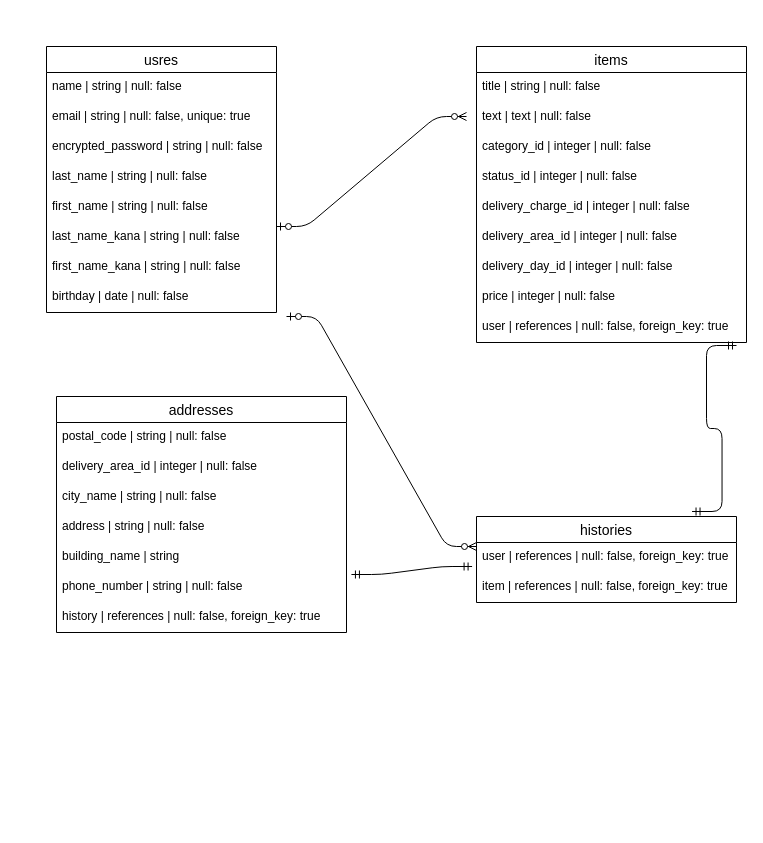
The draw.io diagram furima.dio in saya0714/furima-35800, before the edit. Source tidied: cells renumbered, new cells numbered last; positions are measured from the earlier drawing's top-left corner, leaving out a move shared by most shapes. Both pictures are drawn from the tidied source at 100%, with x=0, y=0 at pixel (46, 46).
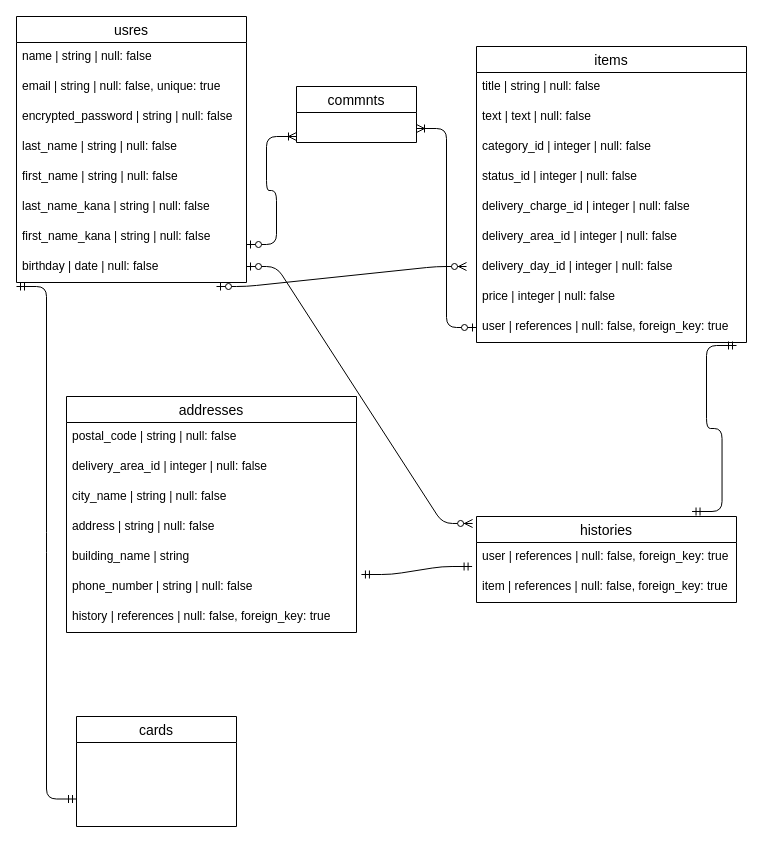
The same page after the edit.

The change refers to these unchanged cells:
```xml
<mxCell id="11" value="user                | references | null: false, foreign_key: true " style="text;strokeColor=none;fillColor=none;spacingLeft=4;spacingRight=4;overflow=hidden;points=[[0,0.5],[1,0.5]];portConstraint=eastwest;fontSize=12;" parent="2" vertex="1">
  <mxGeometry y="266" width="270" height="30" as="geometry" />
</mxCell>
<mxCell id="20" value="histories" style="swimlane;fontStyle=0;horizontal=1;startSize=26;align=center;fontSize=14;" parent="1" vertex="1">
  <mxGeometry x="430" y="470" width="260" height="86" as="geometry" />
</mxCell>
```

Change to the diagram source:
```diff
@@
     <mxCell id="12" value="addresses " style="swimlane;fontStyle=0;horizontal=1;startSize=26;align=center;fontSize=14;" parent="1" vertex="1">
-      <mxGeometry x="10" y="350" width="290" height="236" as="geometry" />
+      <mxGeometry x="20" y="350" width="290" height="236" as="geometry" />
     </mxCell>
@@
     <mxCell id="23" value="usres" style="swimlane;fontStyle=0;horizontal=1;startSize=26;align=center;fontSize=14;" parent="1" vertex="1">
-      <mxGeometry width="230" height="266" as="geometry" />
+      <mxGeometry x="-30" y="-30" width="230" height="266" as="geometry" />
     </mxCell>
@@
     <mxCell id="32" style="edgeStyle=entityRelationEdgeStyle;fontSize=12;html=1;endArrow=ERzeroToMany;startArrow=ERzeroToOne;" parent="1" edge="1">
       <mxGeometry relative="1" as="geometry">
-        <mxPoint x="230" y="180" as="sourcePoint" />
-        <mxPoint x="420" y="70" as="targetPoint" />
+        <mxPoint x="170" y="240" as="sourcePoint" />
+        <mxPoint x="420" y="220" as="targetPoint" />
       </mxGeometry>
     </mxCell>
-    <mxCell id="33" style="edgeStyle=entityRelationEdgeStyle;fontSize=12;html=1;endArrow=ERzeroToMany;startArrow=ERzeroToOne;" parent="1" edge="1">
+    <mxCell id="33" style="edgeStyle=entityRelationEdgeStyle;fontSize=12;html=1;endArrow=ERzeroToMany;startArrow=ERzeroToOne;entryX=-0.015;entryY=0.081;entryDx=0;entryDy=0;entryPerimeter=0;" parent="1" edge="1" target="20">
       <mxGeometry relative="1" as="geometry">
-        <mxPoint x="240" y="270" as="sourcePoint" />
-        <mxPoint x="430" y="500" as="targetPoint" />
+        <mxPoint x="200" y="220" as="sourcePoint" />
       </mxGeometry>
     </mxCell>
@@
+    <mxCell id="36" value="commnts" style="swimlane;fontStyle=0;horizontal=1;startSize=26;align=center;fontSize=14;" parent="1" vertex="1">
+      <mxGeometry x="250" y="40" width="120" height="56" as="geometry" />
+    </mxCell>
+    <mxCell id="37" style="edgeStyle=entityRelationEdgeStyle;fontSize=12;html=1;endArrow=ERoneToMany;startArrow=ERzeroToOne;" parent="1" edge="1">
+      <mxGeometry relative="1" as="geometry">
+        <mxPoint x="200" y="198" as="sourcePoint" />
+        <mxPoint x="250" y="90" as="targetPoint" />
+      </mxGeometry>
+    </mxCell>
+    <mxCell id="38" style="edgeStyle=entityRelationEdgeStyle;fontSize=12;html=1;endArrow=ERoneToMany;startArrow=ERzeroToOne;entryX=1;entryY=0.75;entryDx=0;entryDy=0;exitX=0;exitY=0.5;exitDx=0;exitDy=0;" parent="1" edge="1" source="11" target="36">
+      <mxGeometry relative="1" as="geometry" />
+    </mxCell>
+    <mxCell id="39" value="cards" style="swimlane;fontStyle=0;horizontal=1;startSize=26;align=center;fontSize=14;" parent="1" vertex="1">
+      <mxGeometry x="30" y="670" width="160" height="110" as="geometry" />
+    </mxCell>
+    <mxCell id="40" style="edgeStyle=entityRelationEdgeStyle;fontSize=12;html=1;endArrow=ERmandOne;startArrow=ERmandOne;entryX=0;entryY=0.75;entryDx=0;entryDy=0;" parent="1" edge="1" target="39">
+      <mxGeometry relative="1" as="geometry">
+        <mxPoint x="-30" y="240" as="sourcePoint" />
+      </mxGeometry>
+    </mxCell>
```
